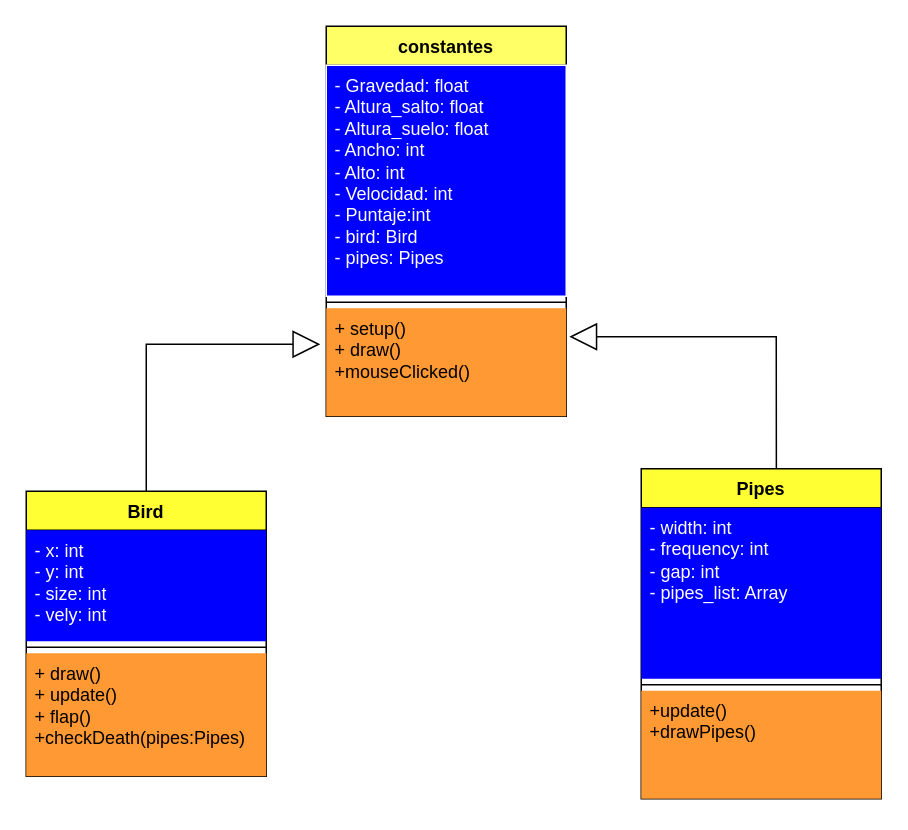
Before: polimorfismo-juego/Diagrama sin título.drawio in C4RLOSMR/Figuras, a draw.io diagram. Source tidied: cells renumbered, new cells numbered last; positions are measured from the earlier drawing's top-left corner, leaving out a move shared by most shapes. Both pictures are drawn from the tidied source at 150%, with x=0, y=0 at pixel (26, 26).
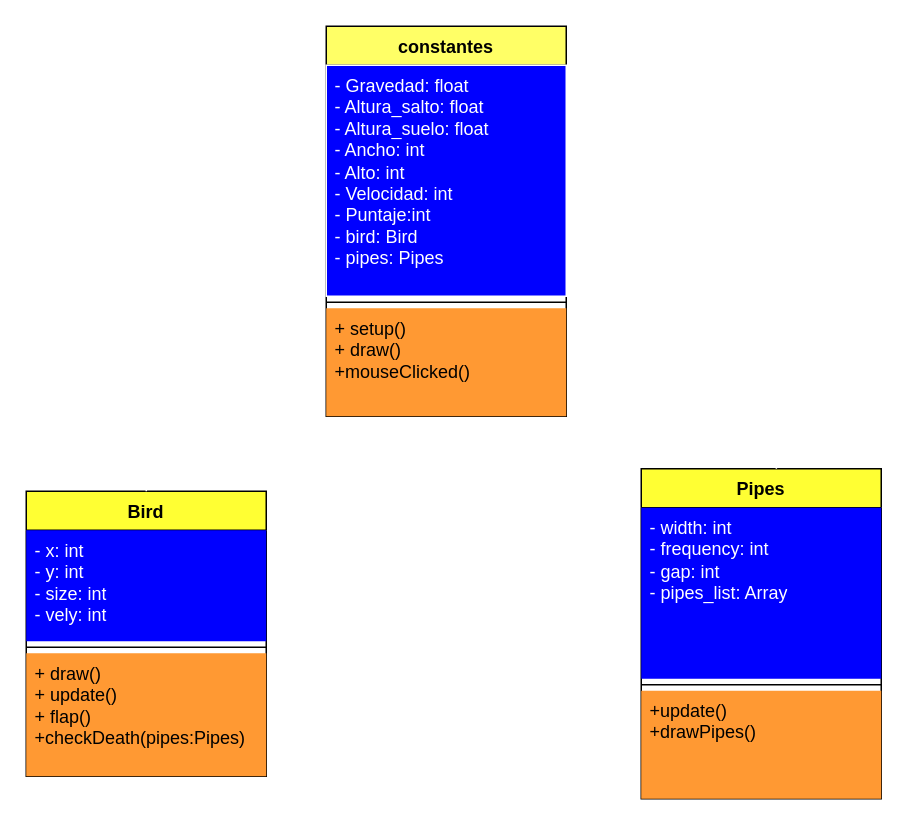
The same diagram, later.

Diff of the diagram source:
```diff
@@
 <mxGraphModel>
   <root>
     <mxCell id="0" />
     <mxCell id="1" parent="0" />
     <mxCell id="2" value="constantes&lt;br&gt;" style="swimlane;fontStyle=1;align=center;verticalAlign=top;horizontal=1;startSize=26;whiteSpace=wrap;html=1;fillColor=#FFFF66;" parent="1" vertex="1">
       <mxGeometry x="200" width="160" height="260" as="geometry" />
     </mxCell>
     <mxCell id="3" value="&lt;div&gt;&lt;span style=&quot;background-color: rgb(0, 0, 255);&quot;&gt;&lt;font color=&quot;#ffffff&quot;&gt;- Gravedad: float&lt;/font&gt;&lt;/span&gt;&lt;/div&gt;&lt;div&gt;&lt;span style=&quot;background-color: rgb(0, 0, 255);&quot;&gt;&lt;font color=&quot;#ffffff&quot;&gt;- Altura_salto: float&lt;/font&gt;&lt;/span&gt;&lt;/div&gt;&lt;div&gt;&lt;span style=&quot;background-color: rgb(0, 0, 255);&quot;&gt;&lt;font color=&quot;#ffffff&quot;&gt;- Altura_suelo: float&lt;/font&gt;&lt;/span&gt;&lt;/div&gt;&lt;div&gt;&lt;span style=&quot;background-color: rgb(0, 0, 255);&quot;&gt;&lt;font color=&quot;#ffffff&quot;&gt;- Ancho: int&lt;/font&gt;&lt;/span&gt;&lt;/div&gt;&lt;div&gt;&lt;span style=&quot;background-color: rgb(0, 0, 255);&quot;&gt;&lt;font color=&quot;#ffffff&quot;&gt;- Alto: int&lt;/font&gt;&lt;/span&gt;&lt;/div&gt;&lt;div&gt;&lt;span style=&quot;background-color: rgb(0, 0, 255);&quot;&gt;&lt;font color=&quot;#ffffff&quot;&gt;- Velocidad: int&lt;/font&gt;&lt;/span&gt;&lt;/div&gt;&lt;div&gt;&lt;span style=&quot;background-color: rgb(0, 0, 255);&quot;&gt;&lt;font color=&quot;#ffffff&quot;&gt;- Puntaje:int&lt;/font&gt;&lt;/span&gt;&lt;/div&gt;&lt;div&gt;&lt;span style=&quot;background-color: rgb(0, 0, 255);&quot;&gt;&lt;font color=&quot;#ffffff&quot;&gt;- bird: Bird&lt;/font&gt;&lt;/span&gt;&lt;/div&gt;&lt;div&gt;&lt;span style=&quot;background-color: rgb(0, 0, 255);&quot;&gt;&lt;font color=&quot;#ffffff&quot;&gt;- pipes: Pipes&lt;/font&gt;&lt;/span&gt;&lt;/div&gt;&lt;div&gt;&lt;br&gt;&lt;/div&gt;" style="text;strokeColor=#FFFFFF;fillColor=#0000FF;align=left;verticalAlign=top;spacingLeft=4;spacingRight=4;overflow=hidden;whiteSpace=wrap;html=1;" parent="2" vertex="1">
       <mxGeometry y="26" width="160" height="154" as="geometry" />
     </mxCell>
     <mxCell id="4" style="line;strokeWidth=1;fillColor=none;align=left;verticalAlign=middle;spacingTop=-1;spacingLeft=3;spacingRight=3;labelPosition=right;strokeColor=inherit;" parent="2" vertex="1">
       <mxGeometry y="180" width="160" height="8" as="geometry" />
     </mxCell>
     <mxCell id="5" value="+ setup()&lt;br&gt;+ draw()&lt;br&gt;+mouseClicked()" style="text;strokeColor=none;fillColor=#FF9933;align=left;verticalAlign=top;spacingLeft=4;spacingRight=4;overflow=hidden;points=[[0,0.5],[1,0.5]];portConstraint=eastwest;whiteSpace=wrap;html=1;" parent="2" vertex="1">
       <mxGeometry y="188" width="160" height="72" as="geometry" />
     </mxCell>
     <mxCell id="6" value="Bird" style="swimlane;fontStyle=1;align=center;verticalAlign=top;horizontal=1;startSize=26;whiteSpace=wrap;html=1;fillColor=#FFFF33;" parent="1" vertex="1">
       <mxGeometry y="310" width="160" height="190" as="geometry" />
     </mxCell>
     <mxCell id="7" value="&lt;font color=&quot;#ffffff&quot;&gt;- x: int&lt;br&gt;- y: int&lt;br&gt;- size: int&lt;br&gt;- vely: int&lt;/font&gt;" style="text;strokeColor=none;fillColor=#0000FF;align=left;verticalAlign=top;spacingLeft=4;spacingRight=4;overflow=hidden;whiteSpace=wrap;html=1;" parent="6" vertex="1">
       <mxGeometry y="26" width="160" height="74" as="geometry" />
     </mxCell>
     <mxCell id="8" style="line;strokeWidth=1;fillColor=none;align=left;verticalAlign=middle;spacingTop=-1;spacingLeft=3;spacingRight=3;labelPosition=right;strokeColor=inherit;" parent="6" vertex="1">
       <mxGeometry y="100" width="160" height="8" as="geometry" />
     </mxCell>
     <mxCell id="9" value="+ draw()&lt;br&gt;+ update()&lt;br&gt;+ flap()&lt;br&gt;+checkDeath(pipes:Pipes)" style="text;strokeColor=none;fillColor=#FF9933;align=left;verticalAlign=top;spacingLeft=4;spacingRight=4;overflow=hidden;whiteSpace=wrap;html=1;" parent="6" vertex="1">
       <mxGeometry y="108" width="160" height="82" as="geometry" />
     </mxCell>
     <mxCell id="10" value="Pipes" style="swimlane;fontStyle=1;align=center;verticalAlign=top;horizontal=1;startSize=26;whiteSpace=wrap;html=1;fillColor=#FFFF33;" parent="1" vertex="1">
       <mxGeometry x="410" y="295" width="160" height="220" as="geometry" />
     </mxCell>
     <mxCell id="11" value="&lt;font color=&quot;#ffffff&quot;&gt;- width: int&lt;br&gt;- frequency: int&lt;br&gt;- gap: int&lt;br&gt;- pipes_list: Array&lt;/font&gt;" style="text;strokeColor=none;fillColor=#0000FF;align=left;verticalAlign=top;spacingLeft=4;spacingRight=4;overflow=hidden;whiteSpace=wrap;html=1;" parent="10" vertex="1">
       <mxGeometry y="26" width="160" height="114" as="geometry" />
     </mxCell>
     <mxCell id="12" style="line;strokeWidth=1;fillColor=none;align=left;verticalAlign=middle;spacingTop=-1;spacingLeft=3;spacingRight=3;labelPosition=right;strokeColor=inherit;" parent="10" vertex="1">
       <mxGeometry y="140" width="160" height="8" as="geometry" />
     </mxCell>
     <mxCell id="13" value="+update()&lt;br&gt;+drawPipes()" style="text;strokeColor=none;fillColor=#FF9933;align=left;verticalAlign=top;spacingLeft=4;spacingRight=4;overflow=hidden;whiteSpace=wrap;html=1;" parent="10" vertex="1">
       <mxGeometry y="148" width="160" height="72" as="geometry" />
     </mxCell>
-    <mxCell id="14" style="endArrow=block;endSize=16;endFill=0;html=1;rounded=0;entryX=-0.025;entryY=0.333;entryDx=0;entryDy=0;entryPerimeter=0;exitX=0.5;exitY=0;exitDx=0;exitDy=0;" parent="1" edge="1" source="6" target="5">
+    <mxCell id="14" style="endArrow=block;endSize=16;endFill=0;html=1;rounded=0;entryX=-0.025;entryY=0.333;entryDx=0;entryDy=0;entryPerimeter=0;exitX=0.5;exitY=0;exitDx=0;exitDy=0;fillColor=#FFFFFF;strokeColor=#FFFFFF;" parent="1" edge="1" source="6" target="5">
       <mxGeometry relative="1" as="geometry">
         <Array as="points">
           <mxPoint x="80" y="212" />
         </Array>
       </mxGeometry>
     </mxCell>
-    <mxCell id="15" style="endArrow=block;endSize=16;endFill=0;html=1;rounded=0;entryX=1.013;entryY=0.264;entryDx=0;entryDy=0;entryPerimeter=0;exitX=0.563;exitY=0;exitDx=0;exitDy=0;exitPerimeter=0;" parent="1" edge="1" source="10" target="5">
+    <mxCell id="15" style="endArrow=block;endSize=16;endFill=0;html=1;rounded=0;entryX=1.013;entryY=0.264;entryDx=0;entryDy=0;entryPerimeter=0;exitX=0.563;exitY=0;exitDx=0;exitDy=0;exitPerimeter=0;strokeColor=#FFFFFF;" parent="1" edge="1" source="10" target="5">
       <mxGeometry relative="1" as="geometry">
         <Array as="points">
           <mxPoint x="500" y="207" />
         </Array>
       </mxGeometry>
     </mxCell>
   </root>
 </mxGraphModel>
```
